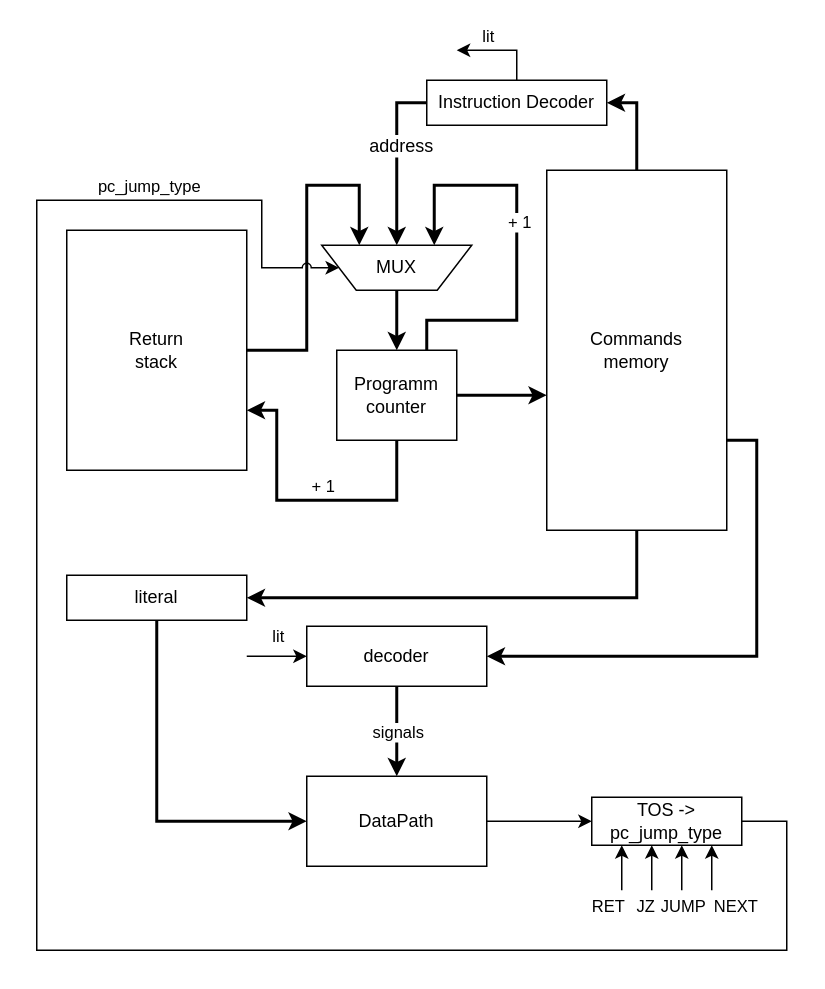
Before: schemes/control-unit_hw.drawio in DiedCloud/csa-lab-3, a draw.io diagram. Source tidied: cells renumbered, new cells numbered last; positions are measured from the earlier drawing's top-left corner, leaving out a move shared by most shapes. Both pictures are drawn from the tidied source at 150%, with x=0, y=0 at pixel (36, 50).
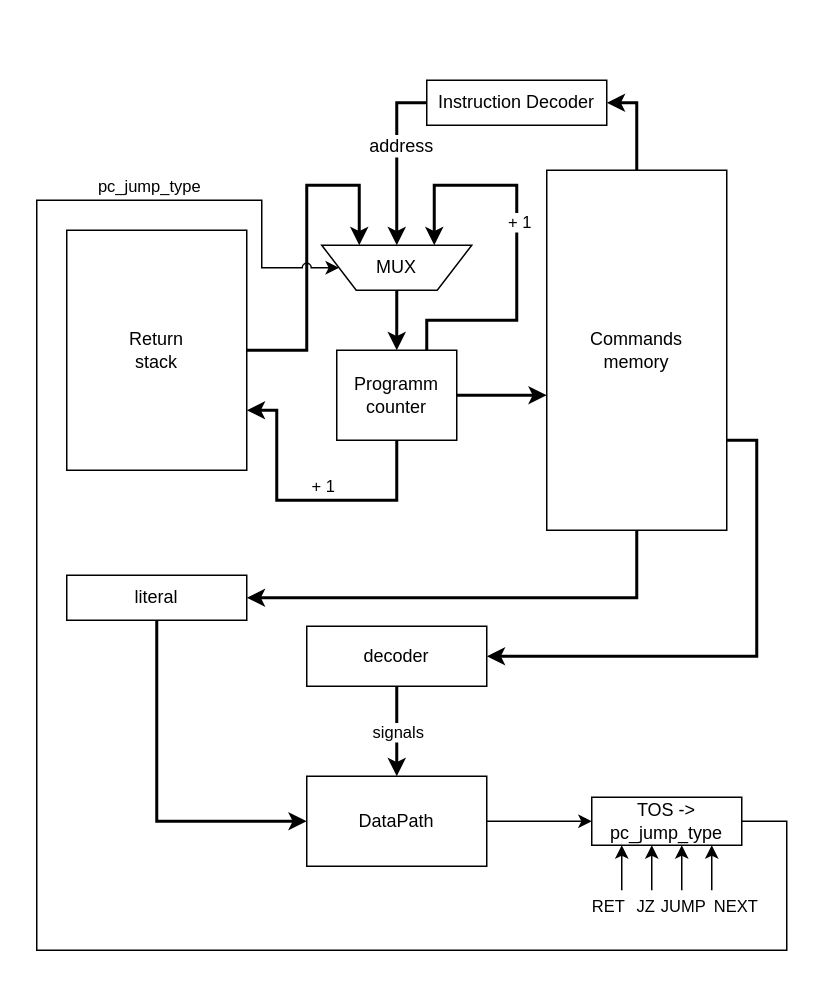
The same diagram, later.

The change refers to these unchanged cells:
```xml
<mxCell id="5" value="decoder" style="rounded=0;whiteSpace=wrap;html=1;" parent="1" vertex="1">
  <mxGeometry x="180" y="384" width="120" height="40" as="geometry" />
</mxCell>
<mxCell id="18" value="Instruction Decoder" style="rounded=0;whiteSpace=wrap;html=1;" parent="1" vertex="1">
  <mxGeometry x="260" y="20" width="120" height="30" as="geometry" />
</mxCell>
```

Change to the diagram source:
```diff
@@
-    <mxCell id="37" style="endArrow=classic;html=1;rounded=0;jumpStyle=arc;exitX=0.5;exitY=0;exitDx=0;exitDy=0;" parent="1" edge="1" source="18">
-      <mxGeometry relative="1" as="geometry">
-        <mxPoint x="280" as="targetPoint" />
-        <Array as="points">
-          <mxPoint x="320" />
-        </Array>
-      </mxGeometry>
-    </mxCell>
-    <mxCell id="38" value="lit" style="edgeLabel;html=1;align=center;verticalAlign=middle;" parent="37" vertex="1">
-      <mxGeometry x="-0.04" relative="1" as="geometry">
-        <mxPoint x="-11" y="-10" as="offset" />
-      </mxGeometry>
-    </mxCell>
-    <mxCell id="39" style="endArrow=classic;html=1;rounded=0;jumpStyle=arc;entryX=0;entryY=0.5;entryDx=0;entryDy=0;" parent="1" edge="1" target="5">
-      <mxGeometry relative="1" as="geometry">
-        <mxPoint x="140" y="404" as="sourcePoint" />
-      </mxGeometry>
-    </mxCell>
-    <mxCell id="40" value="lit" style="edgeLabel;html=1;align=center;verticalAlign=middle;" parent="39" vertex="1">
-      <mxGeometry x="0.29" y="-1" relative="1" as="geometry">
-        <mxPoint x="-6" y="-15" as="offset" />
-      </mxGeometry>
-    </mxCell>
```
